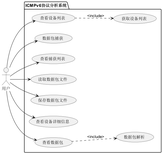
Baymax104/icmpv6-parser keeps this PlantUML diagram as Icmpv6/doc/img/SystemUseCase.png. Above is the earlier version.
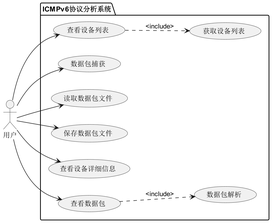
The same diagram one commit later.

The edit, as a diff of the source:
```diff
@@ -1,6 +1,6 @@
 @startuml
 
-skinparam dpi 600
+skinparam dpi 400
 left to right direction
 
 actor 用户 as User
@@ -11,7 +11,6 @@
     usecase 获取设备列表
 
     usecase 数据包捕获
-    usecase 查看捕获列表
     usecase 读取数据包文件
     usecase 保存数据包文件
 
@@ -24,7 +23,6 @@
 User --> 数据包捕获
 查看设备列表 ..> 获取设备列表: <include>
 
-User --> 查看捕获列表
 User --> 读取数据包文件
 User --> 保存数据包文件
 查看数据包 ..> 数据包解析 :<include>
```
